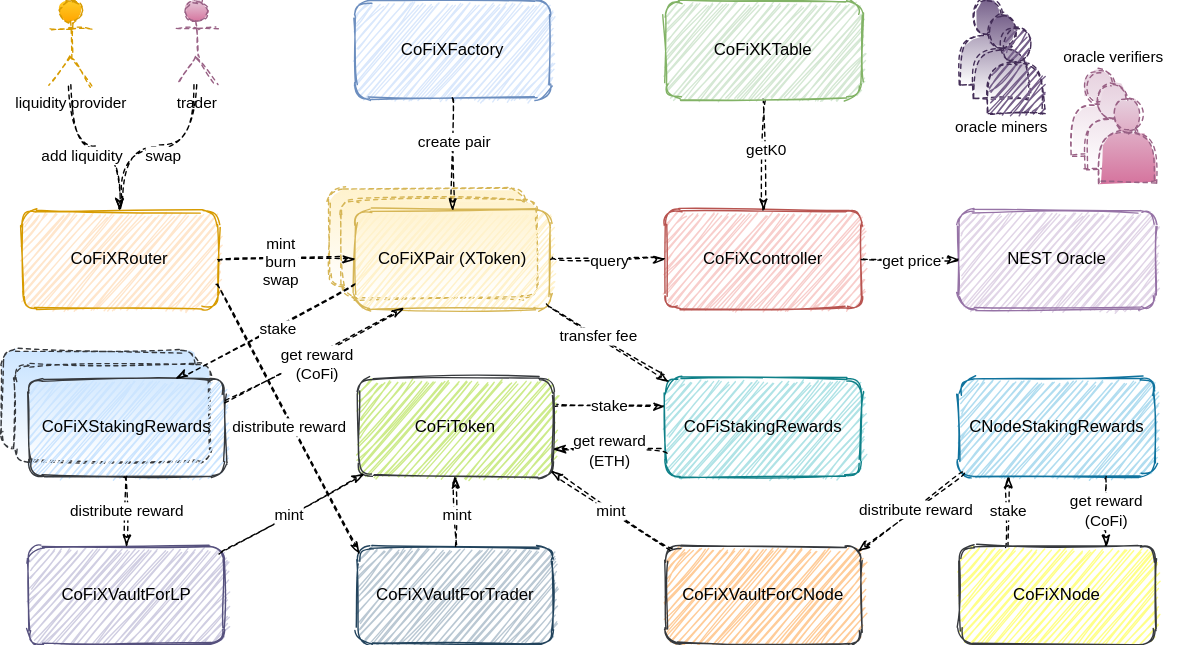
Earlier version of the draw.io export docs/cofix-smart-contract.svg (Computable-Finance/CoFiX). Source tidied: cells renumbered, new cells last; positions are measured from the earlier drawing's top-left corner, leaving out a move shared by most shapes.
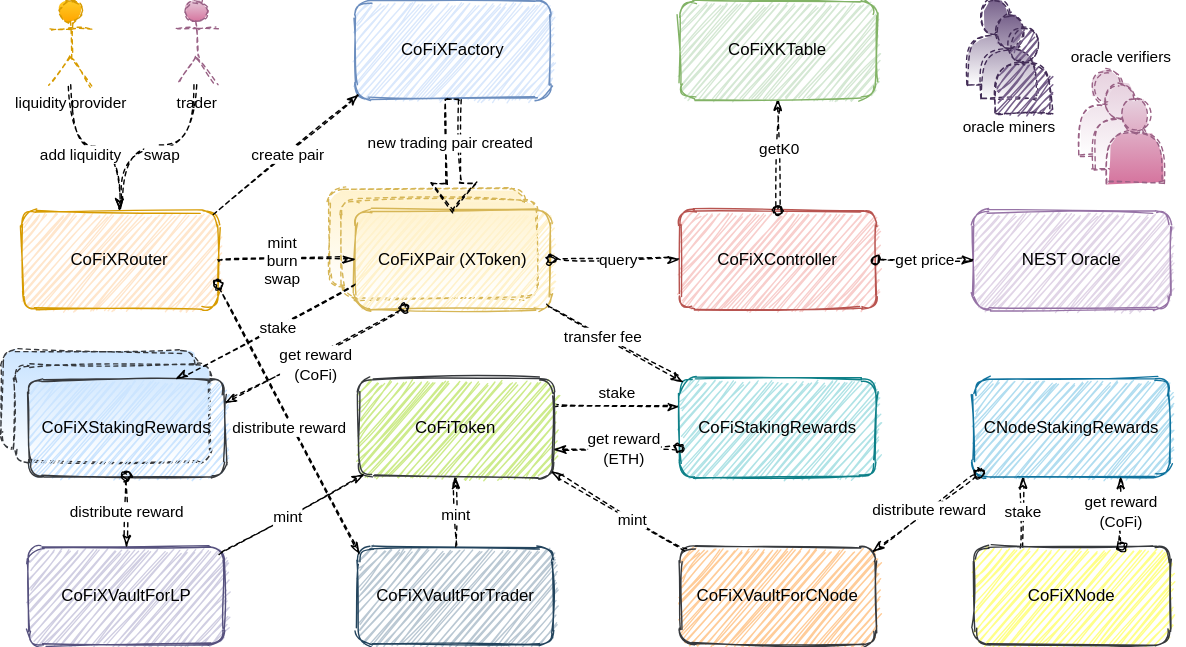
After the change.

Commit message:
update contract diagram

The edit, as a diff of the source:
```diff
@@ -11,9 +11,9 @@
     <mxCell id="4" value="&lt;a href=&quot;https://github.com/Computable-Finance/CoFiX/blob/master/contracts/CoFiXController.sol&quot;&gt;CoFiXController&lt;/a&gt;" style="whiteSpace=wrap;html=1;fillColor=#f8cecc;strokeColor=#b85450;rounded=1;sketch=1;" parent="1" vertex="1">
-      <mxGeometry x="475" y="150" width="140" height="70" as="geometry" />
+      <mxGeometry x="485" y="150" width="140" height="70" as="geometry" />
     </mxCell>
     <mxCell id="5" value="&lt;a href=&quot;https://github.com/NEST-Protocol&quot;&gt;NEST Oracle&lt;/a&gt;" style="whiteSpace=wrap;html=1;fillColor=#e1d5e7;strokeColor=#9673a6;rounded=1;sketch=1;" parent="1" vertex="1">
-      <mxGeometry x="685" y="150" width="140" height="70" as="geometry" />
+      <mxGeometry x="695" y="150" width="140" height="70" as="geometry" />
     </mxCell>
     <mxCell id="6" value="stake" style="edgeStyle=orthogonalEdgeStyle;jettySize=auto;html=1;dashed=1;endArrow=classicThin;endFill=0;curved=1;sketch=1;" parent="1" edge="1" source="7" target="13">
-      <mxGeometry relative="1" as="geometry">
+      <mxGeometry y="10" relative="1" as="geometry">
         <Array as="points">
@@ -24,3 +24,3 @@
     </mxCell>
-    <mxCell id="7" value="&lt;a href=&quot;https://github.com/Computable-Finance/CoFiX/blob/master/contracts/CoFiToken.sol&quot;&gt;CoFiToken&lt;/a&gt;" style="whiteSpace=wrap;html=1;fillColor=#cdeb8b;rounded=1;strokeColor=#36393d;sketch=1;" parent="1" vertex="1">
+    <mxCell id="7" value="&lt;a href=&quot;https://github.com/Computable-Finance/CoFiX/blob/master/contracts/CoFiToken.sol&quot;&gt;CoFiToken&lt;/a&gt;" style="whiteSpace=wrap;html=1;fillColor=#cdeb8b;strokeColor=#36393d;rounded=1;sketch=1;" parent="1" vertex="1">
       <mxGeometry x="255" y="270" width="140" height="70" as="geometry" />
@@ -31,3 +31,3 @@
     <mxCell id="9" value="&lt;a href=&quot;https://github.com/Computable-Finance/CoFiX/blob/master/contracts/CoFiXNode.sol&quot;&gt;CoFiXNode&lt;/a&gt;" style="whiteSpace=wrap;html=1;fillColor=#ffff88;strokeColor=#36393d;rounded=1;sketch=1;" parent="1" vertex="1">
-      <mxGeometry x="685" y="390" width="140" height="70" as="geometry" />
+      <mxGeometry x="695" y="390" width="140" height="70" as="geometry" />
     </mxCell>
@@ -37,3 +37,3 @@
     <mxCell id="11" value="&lt;a href=&quot;https://github.com/Computable-Finance/CoFiX/blob/master/contracts/CoFiXVaultForCNode.sol&quot;&gt;CoFiXVaultForCNode&lt;/a&gt;" style="whiteSpace=wrap;html=1;fillColor=#ffcc99;strokeColor=#36393d;rounded=1;sketch=1;" parent="1" vertex="1">
-      <mxGeometry x="475" y="390" width="140" height="70" as="geometry" />
+      <mxGeometry x="485" y="390" width="140" height="70" as="geometry" />
     </mxCell>
@@ -43,6 +43,6 @@
     <mxCell id="13" value="&lt;a href=&quot;https://github.com/Computable-Finance/CoFiX/blob/master/contracts/CoFiStakingRewards.sol&quot;&gt;CoFiStakingRewards&lt;/a&gt;" style="whiteSpace=wrap;html=1;fillColor=#b0e3e6;strokeColor=#0e8088;rounded=1;sketch=1;" parent="1" vertex="1">
-      <mxGeometry x="475" y="270" width="140" height="70" as="geometry" />
+      <mxGeometry x="485" y="270" width="140" height="70" as="geometry" />
     </mxCell>
     <mxCell id="14" value="&lt;a href=&quot;https://github.com/Computable-Finance/CoFiX/blob/master/contracts/CNodeStakingRewards.sol&quot;&gt;CNodeStakingRewards&lt;/a&gt;" style="whiteSpace=wrap;html=1;fillColor=#b1ddf0;strokeColor=#10739e;rounded=1;sketch=1;" parent="1" vertex="1">
-      <mxGeometry x="685" y="270" width="140" height="70" as="geometry" />
+      <mxGeometry x="695" y="270" width="140" height="70" as="geometry" />
     </mxCell>
@@ -54,6 +54,6 @@
     </mxCell>
-    <mxCell id="17" style="whiteSpace=wrap;html=1;dashed=1;fillColor=#cce5ff;strokeColor=#36393d;rounded=1;gradientColor=#ffffff;sketch=1;" parent="16" vertex="1">
+    <mxCell id="17" style="whiteSpace=wrap;html=1;dashed=1;fillColor=#cce5ff;strokeColor=#36393d;gradientColor=#ffffff;rounded=1;sketch=1;" parent="16" vertex="1">
       <mxGeometry width="140" height="70" as="geometry" />
     </mxCell>
-    <mxCell id="18" style="whiteSpace=wrap;html=1;dashed=1;fillColor=#cce5ff;strokeColor=#36393d;rounded=1;gradientColor=#ffffff;sketch=1;" parent="16" vertex="1">
+    <mxCell id="18" style="whiteSpace=wrap;html=1;dashed=1;fillColor=#cce5ff;strokeColor=#36393d;gradientColor=#ffffff;rounded=1;sketch=1;" parent="16" vertex="1">
       <mxGeometry x="10" y="10" width="140" height="70" as="geometry" />
@@ -66,6 +66,6 @@
     </mxCell>
-    <mxCell id="21" style="whiteSpace=wrap;html=1;dashed=1;fillColor=#fff2cc;strokeColor=#d6b656;gradientDirection=south;rounded=1;gradientColor=#ffffff;sketch=1;" parent="20" vertex="1">
+    <mxCell id="21" style="whiteSpace=wrap;html=1;dashed=1;fillColor=#fff2cc;strokeColor=#d6b656;gradientDirection=south;gradientColor=#ffffff;rounded=1;sketch=1;" parent="20" vertex="1">
       <mxGeometry x="5" width="140" height="70" as="geometry" />
     </mxCell>
-    <mxCell id="22" style="whiteSpace=wrap;html=1;dashed=1;fillColor=#fff2cc;strokeColor=#d6b656;gradientDirection=south;rounded=1;gradientColor=#ffffff;sketch=1;" parent="20" vertex="1">
+    <mxCell id="22" style="whiteSpace=wrap;html=1;dashed=1;fillColor=#fff2cc;strokeColor=#d6b656;gradientDirection=south;gradientColor=#ffffff;rounded=1;sketch=1;" parent="20" vertex="1">
       <mxGeometry x="14.3" y="7.8" width="140" height="70" as="geometry" />
@@ -83,3 +83,3 @@
     </mxCell>
-    <mxCell id="26" style="endArrow=classicThin;html=1;dashed=1;entryX=0;entryY=0.5;entryDx=0;entryDy=0;exitX=1;exitY=0.5;exitDx=0;exitDy=0;endFill=0;curved=1;sketch=1;" parent="1" edge="1" source="23" target="4">
+    <mxCell id="26" style="endArrow=classicThin;html=1;dashed=1;entryX=0;entryY=0.5;entryDx=0;entryDy=0;exitX=1;exitY=0.5;exitDx=0;exitDy=0;endFill=0;curved=1;startArrow=oval;startFill=0;sketch=1;" parent="1" edge="1" source="23" target="4">
       <mxGeometry relative="1" as="geometry" />
@@ -91,3 +91,3 @@
     </mxCell>
-    <mxCell id="28" style="endArrow=classicThin;html=1;dashed=1;entryX=0;entryY=0.5;entryDx=0;entryDy=0;endFill=0;exitX=1;exitY=0.5;exitDx=0;exitDy=0;curved=1;sketch=1;" parent="1" edge="1" source="4" target="5">
+    <mxCell id="28" style="endArrow=classicThin;html=1;dashed=1;entryX=0;entryY=0.5;entryDx=0;entryDy=0;endFill=0;exitX=1;exitY=0.5;exitDx=0;exitDy=0;startArrow=oval;startFill=0;curved=1;sketch=1;" parent="1" edge="1" source="4" target="5">
       <mxGeometry relative="1" as="geometry" />
@@ -97,7 +97,11 @@
     </mxCell>
-    <mxCell id="30" style="endArrow=classicThin;html=1;dashed=1;entryX=0.5;entryY=0;entryDx=0;entryDy=0;exitX=0.5;exitY=1;exitDx=0;exitDy=0;endFill=0;curved=1;sketch=1;" parent="1" edge="1" source="3" target="23">
-      <mxGeometry relative="1" as="geometry" />
+    <mxCell id="30" style="endArrow=none;html=1;dashed=1;entryX=0.976;entryY=0.046;entryDx=0;entryDy=0;endFill=0;startArrow=classicThin;startFill=0;entryPerimeter=0;curved=1;sketch=1;" parent="1" edge="1" target="2">
+      <mxGeometry relative="1" as="geometry">
+        <mxPoint x="256" y="67" as="sourcePoint" />
+      </mxGeometry>
     </mxCell>
     <mxCell id="31" value="create pair" style="edgeLabel;html=1;align=center;verticalAlign=middle;rounded=1;sketch=1;" parent="30" vertex="1">
-      <mxGeometry x="-0.25" relative="1" as="geometry" />
+      <mxGeometry x="-0.25" relative="1" as="geometry">
+        <mxPoint x="-11.8" y="10.6" as="offset" />
+      </mxGeometry>
     </mxCell>
@@ -109,3 +113,3 @@
     </mxCell>
-    <mxCell id="34" style="endArrow=classicThin;html=1;dashed=1;exitX=1;exitY=0.25;exitDx=0;exitDy=0;entryX=0.25;entryY=1;entryDx=0;entryDy=0;endFill=0;curved=1;sketch=1;" parent="1" edge="1" source="19" target="23">
+    <mxCell id="34" style="endArrow=oval;html=1;dashed=1;exitX=1;exitY=0.25;exitDx=0;exitDy=0;entryX=0.25;entryY=1;entryDx=0;entryDy=0;endFill=0;startArrow=classicThin;startFill=0;curved=1;sketch=1;" parent="1" edge="1" source="19" target="23">
       <mxGeometry relative="1" as="geometry" />
@@ -117,4 +121,4 @@
     </mxCell>
-    <mxCell id="36" value="get reward&lt;br&gt;(ETH)" style="edgeStyle=orthogonalEdgeStyle;jettySize=auto;html=1;dashed=1;endArrow=none;endFill=0;startArrow=classicThin;startFill=0;entryX=0;entryY=0.75;entryDx=0;entryDy=0;exitX=1.001;exitY=0.718;exitDx=0;exitDy=0;exitPerimeter=0;curved=1;sketch=1;" parent="1" edge="1" source="7" target="13">
-      <mxGeometry x="1" y="-40" relative="1" as="geometry">
+    <mxCell id="36" style="edgeStyle=orthogonalEdgeStyle;jettySize=auto;html=1;dashed=1;endArrow=oval;endFill=0;startArrow=classicThin;startFill=0;entryX=-0.003;entryY=0.708;entryDx=0;entryDy=0;exitX=1.001;exitY=0.718;exitDx=0;exitDy=0;exitPerimeter=0;entryPerimeter=0;curved=1;sketch=1;" parent="1" edge="1" source="7" target="13">
+      <mxGeometry x="1" y="40" relative="1" as="geometry">
         <Array as="points">
@@ -122,4 +126,10 @@
         </Array>
+        <mxPoint x="-4" y="-18" as="offset" />
       </mxGeometry>
     </mxCell>
+    <mxCell id="68" value="get reward&lt;br style=&quot;font-size: 11px;&quot;&gt;(ETH)" style="edgeLabel;html=1;align=center;verticalAlign=middle;fontSize=11;sketch=1;" parent="36" vertex="1">
+      <mxGeometry x="1" y="39" relative="1" as="geometry">
+        <mxPoint x="-36.1" y="39.3" as="offset" />
+      </mxGeometry>
+    </mxCell>
     <mxCell id="37" style="endArrow=classicThin;html=1;shadow=0;dashed=1;entryX=0.016;entryY=0.033;entryDx=0;entryDy=0;entryPerimeter=0;endFill=0;exitX=0.978;exitY=0.953;exitDx=0;exitDy=0;exitPerimeter=0;curved=1;sketch=1;" parent="1" edge="1" source="23" target="13">
@@ -146,8 +156,10 @@
     <mxCell id="44" value="mint" style="edgeLabel;html=1;align=center;verticalAlign=middle;rounded=1;sketch=1;" parent="43" vertex="1">
-      <mxGeometry x="-0.01" relative="1" as="geometry" />
+      <mxGeometry x="-0.01" relative="1" as="geometry">
+        <mxPoint x="9" y="5.4" as="offset" />
+      </mxGeometry>
     </mxCell>
-    <mxCell id="45" value="distribute reward" style="edgeStyle=orthogonalEdgeStyle;jettySize=auto;html=1;shadow=0;dashed=1;startArrow=none;startFill=0;endArrow=classicThin;endFill=0;curved=1;sketch=1;" parent="1" edge="1" source="19" target="10">
+    <mxCell id="45" value="distribute reward" style="edgeStyle=orthogonalEdgeStyle;jettySize=auto;html=1;shadow=0;dashed=1;startArrow=oval;startFill=0;endArrow=classicThin;endFill=0;curved=1;sketch=1;" parent="1" edge="1" source="19" target="10">
       <mxGeometry relative="1" as="geometry" />
     </mxCell>
-    <mxCell id="46" style="endArrow=classicThin;html=1;shadow=0;dashed=1;exitX=1;exitY=0.75;exitDx=0;exitDy=0;entryX=0.008;entryY=0.078;entryDx=0;entryDy=0;endFill=0;entryPerimeter=0;curved=1;sketch=1;" parent="1" edge="1" source="2" target="12">
+    <mxCell id="46" style="endArrow=classicThin;html=1;shadow=0;dashed=1;exitX=1;exitY=0.75;exitDx=0;exitDy=0;entryX=0.008;entryY=0.078;entryDx=0;entryDy=0;endFill=0;entryPerimeter=0;curved=1;startArrow=oval;startFill=0;sketch=1;" parent="1" edge="1" source="2" target="12">
       <mxGeometry relative="1" as="geometry" />
@@ -159,3 +171,3 @@
     </mxCell>
-    <mxCell id="48" style="endArrow=classicThin;html=1;shadow=0;dashed=1;fontSize=11;exitX=0.026;exitY=0.967;exitDx=0;exitDy=0;entryX=0.982;entryY=0.051;entryDx=0;entryDy=0;endFill=0;entryPerimeter=0;exitPerimeter=0;curved=1;sketch=1;" parent="1" edge="1" source="14" target="11">
+    <mxCell id="48" style="endArrow=classicThin;html=1;shadow=0;dashed=1;fontSize=11;exitX=0.026;exitY=0.967;exitDx=0;exitDy=0;entryX=0.982;entryY=0.051;entryDx=0;entryDy=0;endFill=0;entryPerimeter=0;exitPerimeter=0;startArrow=oval;startFill=0;curved=1;sketch=1;" parent="1" edge="1" source="14" target="11">
       <mxGeometry relative="1" as="geometry" />
@@ -165,6 +177,6 @@
     </mxCell>
-    <mxCell id="50" value="get reward&lt;br&gt;(CoFi)" style="endArrow=classicThin;html=1;shadow=0;dashed=1;fontSize=11;exitX=0.75;exitY=1;exitDx=0;exitDy=0;entryX=0.75;entryY=0;entryDx=0;entryDy=0;endFill=0;curved=1;sketch=1;" parent="1" edge="1" source="14" target="9">
+    <mxCell id="50" value="get reward&lt;br&gt;(CoFi)" style="endArrow=oval;html=1;shadow=0;dashed=1;fontSize=11;exitX=0.75;exitY=1;exitDx=0;exitDy=0;entryX=0.75;entryY=0;entryDx=0;entryDy=0;endFill=0;startArrow=classicThin;startFill=0;curved=1;sketch=1;" parent="1" edge="1" source="14" target="9">
       <mxGeometry relative="1" as="geometry" />
     </mxCell>
-    <mxCell id="51" style="edgeStyle=orthogonalEdgeStyle;jettySize=auto;html=1;shadow=0;dashed=1;startArrow=none;startFill=0;endArrow=classicThin;endFill=0;fontSize=11;curved=1;sketch=1;" parent="1" edge="1" source="53" target="4">
+    <mxCell id="51" style="edgeStyle=orthogonalEdgeStyle;jettySize=auto;html=1;shadow=0;dashed=1;startArrow=classicThin;startFill=0;endArrow=oval;endFill=0;fontSize=11;curved=1;sketch=1;" parent="1" edge="1" source="53" target="4">
       <mxGeometry relative="1" as="geometry" />
@@ -175,8 +187,8 @@
     <mxCell id="53" value="&lt;a href=&quot;https://github.com/Computable-Finance/CoFiX/blob/master/contracts/CoFiXKTable.sol&quot;&gt;CoFiXKTable&lt;/a&gt;" style="whiteSpace=wrap;html=1;fillColor=#d5e8d4;strokeColor=#82b366;rounded=1;sketch=1;" parent="1" vertex="1">
-      <mxGeometry x="475" width="140" height="70" as="geometry" />
+      <mxGeometry x="485" width="140" height="70" as="geometry" />
     </mxCell>
-    <mxCell id="54" style="edgeStyle=orthogonalEdgeStyle;curved=1;rounded=0;jettySize=auto;html=1;shadow=0;dashed=1;startArrow=none;startFill=0;endArrow=classicThin;endFill=0;fontSize=11;sketch=1;" parent="1" edge="1" source="56" target="2">
+    <mxCell id="54" style="edgeStyle=orthogonalEdgeStyle;jettySize=auto;html=1;shadow=0;dashed=1;startArrow=none;startFill=0;endArrow=classicThin;endFill=0;fontSize=11;curved=1;sketch=1;" parent="1" edge="1" source="56" target="2">
       <mxGeometry relative="1" as="geometry" />
     </mxCell>
-    <mxCell id="55" value="add liquidity" style="edgeLabel;html=1;align=center;verticalAlign=middle;fontSize=11;sketch=1;" parent="54" vertex="1">
+    <mxCell id="55" value="add liquidity" style="edgeLabel;html=1;align=center;verticalAlign=middle;fontSize=11;rounded=1;sketch=1;" parent="54" vertex="1">
       <mxGeometry x="-0.36" y="7" relative="1" as="geometry">
@@ -185,9 +197,9 @@
     </mxCell>
-    <mxCell id="56" value="liquidity provider" style="shape=umlActor;verticalLabelPosition=bottom;verticalAlign=top;html=1;outlineConnect=0;rounded=1;dashed=1;fontSize=11;fillColor=#ffcd28;strokeColor=#d79b00;gradientColor=#ffa500;sketch=1;" parent="1" vertex="1">
+    <mxCell id="56" value="liquidity provider" style="shape=umlActor;verticalLabelPosition=bottom;verticalAlign=top;html=1;outlineConnect=0;dashed=1;fontSize=11;fillColor=#ffcd28;strokeColor=#d79b00;gradientColor=#ffa500;rounded=1;sketch=1;" parent="1" vertex="1">
       <mxGeometry x="35" width="30" height="60" as="geometry" />
     </mxCell>
-    <mxCell id="57" style="edgeStyle=orthogonalEdgeStyle;curved=1;rounded=0;jettySize=auto;html=1;shadow=0;dashed=1;startArrow=none;startFill=0;endArrow=classicThin;endFill=0;fontSize=11;sketch=1;" parent="1" edge="1" source="59" target="2">
+    <mxCell id="57" style="edgeStyle=orthogonalEdgeStyle;jettySize=auto;html=1;shadow=0;dashed=1;startArrow=none;startFill=0;endArrow=classicThin;endFill=0;fontSize=11;curved=1;sketch=1;" parent="1" edge="1" source="59" target="2">
       <mxGeometry relative="1" as="geometry" />
     </mxCell>
-    <mxCell id="58" value="swap" style="edgeLabel;html=1;align=center;verticalAlign=middle;fontSize=11;sketch=1;" parent="57" vertex="1">
+    <mxCell id="58" value="swap" style="edgeLabel;html=1;align=center;verticalAlign=middle;fontSize=11;rounded=1;sketch=1;" parent="57" vertex="1">
       <mxGeometry x="-0.43" y="-12" relative="1" as="geometry">
@@ -196,28 +208,37 @@
     </mxCell>
-    <mxCell id="59" value="trader" style="shape=umlActor;verticalLabelPosition=bottom;verticalAlign=top;html=1;outlineConnect=0;rounded=1;dashed=1;gradientColor=#d5739d;fontSize=11;fillColor=#e6d0de;strokeColor=#996185;sketch=1;" parent="1" vertex="1">
+    <mxCell id="59" value="trader" style="shape=umlActor;verticalLabelPosition=bottom;verticalAlign=top;html=1;outlineConnect=0;dashed=1;gradientColor=#d5739d;fontSize=11;fillColor=#e6d0de;strokeColor=#996185;rounded=1;sketch=1;" parent="1" vertex="1">
       <mxGeometry x="125" width="30" height="60" as="geometry" />
     </mxCell>
+    <mxCell id="69" style="shape=flexArrow;endArrow=classic;html=1;exitX=0.5;exitY=1;exitDx=0;exitDy=0;dashed=1;curved=1;sketch=1;" parent="1" edge="1" source="3" target="23">
+      <mxGeometry relative="1" as="geometry" />
+    </mxCell>
+    <mxCell id="70" value="new trading pair created" style="edgeLabel;html=1;align=center;verticalAlign=middle;rounded=1;sketch=1;" parent="69" vertex="1">
+      <mxGeometry x="-0.2" y="-2" relative="1" as="geometry" />
+    </mxCell>
+    <mxCell id="71" style="group;sketch=1;" parent="1" vertex="1">
+      <mxGeometry x="680" width="165" height="130" as="geometry" />
+    </mxCell>
-    <mxCell id="60" style="shape=actor;whiteSpace=wrap;html=1;rounded=1;dashed=1;fontSize=11;fillColor=#76608a;strokeColor=#432D57;fontColor=#ffffff;gradientColor=#ffffff;sketch=1;" parent="1" vertex="1">
-      <mxGeometry x="685" width="40" height="60" as="geometry" />
+    <mxCell id="60" style="shape=actor;whiteSpace=wrap;html=1;dashed=1;fontSize=11;fillColor=#76608a;strokeColor=#432D57;fontColor=#ffffff;gradientColor=#ffffff;rounded=1;sketch=1;" parent="71" vertex="1">
+      <mxGeometry x="10" width="40" height="60" as="geometry" />
     </mxCell>
-    <mxCell id="61" style="shape=actor;whiteSpace=wrap;html=1;rounded=1;dashed=1;fontSize=11;fillColor=#76608a;strokeColor=#432D57;fontColor=#ffffff;gradientColor=#ffffff;sketch=1;" parent="1" vertex="1">
-      <mxGeometry x="695" y="10" width="40" height="60" as="geometry" />
+    <mxCell id="61" style="shape=actor;whiteSpace=wrap;html=1;dashed=1;fontSize=11;fillColor=#76608a;strokeColor=#432D57;fontColor=#ffffff;gradientColor=#ffffff;rounded=1;sketch=1;" parent="71" vertex="1">
+      <mxGeometry x="20" y="10" width="40" height="60" as="geometry" />
     </mxCell>
-    <mxCell id="62" style="shape=actor;whiteSpace=wrap;html=1;rounded=1;dashed=1;fontSize=11;fillColor=#76608a;strokeColor=#432D57;fontColor=#ffffff;sketch=1;" parent="1" vertex="1">
-      <mxGeometry x="705" y="20" width="40" height="60" as="geometry" />
+    <mxCell id="62" style="shape=actor;whiteSpace=wrap;html=1;dashed=1;fontSize=11;fillColor=#76608a;strokeColor=#432D57;fontColor=#ffffff;rounded=1;sketch=1;" parent="71" vertex="1">
+      <mxGeometry x="30" y="20" width="40" height="60" as="geometry" />
     </mxCell>
-    <mxCell id="63" style="shape=actor;whiteSpace=wrap;html=1;rounded=1;dashed=1;fontSize=11;fillColor=#e6d0de;strokeColor=#996185;gradientColor=#ffffff;sketch=1;" parent="1" vertex="1">
-      <mxGeometry x="765" y="50" width="40" height="60" as="geometry" />
+    <mxCell id="63" style="shape=actor;whiteSpace=wrap;html=1;dashed=1;fontSize=11;fillColor=#e6d0de;strokeColor=#996185;gradientColor=#ffffff;rounded=1;sketch=1;" parent="71" vertex="1">
+      <mxGeometry x="90" y="50" width="40" height="60" as="geometry" />
     </mxCell>
-    <mxCell id="64" style="shape=actor;whiteSpace=wrap;html=1;rounded=1;dashed=1;fontSize=11;fillColor=#e6d0de;strokeColor=#996185;gradientColor=#ffffff;sketch=1;" parent="1" vertex="1">
-      <mxGeometry x="775" y="60" width="40" height="60" as="geometry" />
+    <mxCell id="64" style="shape=actor;whiteSpace=wrap;html=1;dashed=1;fontSize=11;fillColor=#e6d0de;strokeColor=#996185;gradientColor=#ffffff;rounded=1;sketch=1;" parent="71" vertex="1">
+      <mxGeometry x="100" y="60" width="40" height="60" as="geometry" />
     </mxCell>
-    <mxCell id="65" style="shape=actor;whiteSpace=wrap;html=1;rounded=1;dashed=1;fontSize=11;fillColor=#e6d0de;strokeColor=#996185;gradientColor=#d5739d;sketch=1;" parent="1" vertex="1">
-      <mxGeometry x="785" y="70" width="40" height="60" as="geometry" />
+    <mxCell id="65" style="shape=actor;whiteSpace=wrap;html=1;dashed=1;fontSize=11;fillColor=#e6d0de;strokeColor=#996185;gradientColor=#d5739d;rounded=1;sketch=1;" parent="71" vertex="1">
+      <mxGeometry x="110" y="70" width="40" height="60" as="geometry" />
     </mxCell>
-    <mxCell id="66" value="oracle miners" style="text;html=1;align=center;verticalAlign=middle;fontSize=11;sketch=1;" parent="1" vertex="1">
-      <mxGeometry x="675" y="80" width="80" height="20" as="geometry" />
+    <mxCell id="66" value="oracle miners" style="text;html=1;align=center;verticalAlign=middle;fontSize=11;rounded=1;sketch=1;" parent="71" vertex="1">
+      <mxGeometry y="80" width="80" height="20" as="geometry" />
     </mxCell>
-    <mxCell id="67" value="oracle verifiers" style="text;html=1;align=center;verticalAlign=middle;fontSize=11;sketch=1;" parent="1" vertex="1">
-      <mxGeometry x="750" y="30" width="90" height="20" as="geometry" />
+    <mxCell id="67" value="oracle verifiers" style="text;html=1;align=center;verticalAlign=middle;fontSize=11;rounded=1;sketch=1;" parent="71" vertex="1">
+      <mxGeometry x="75" y="30" width="90" height="20" as="geometry" />
     </mxCell>
```
